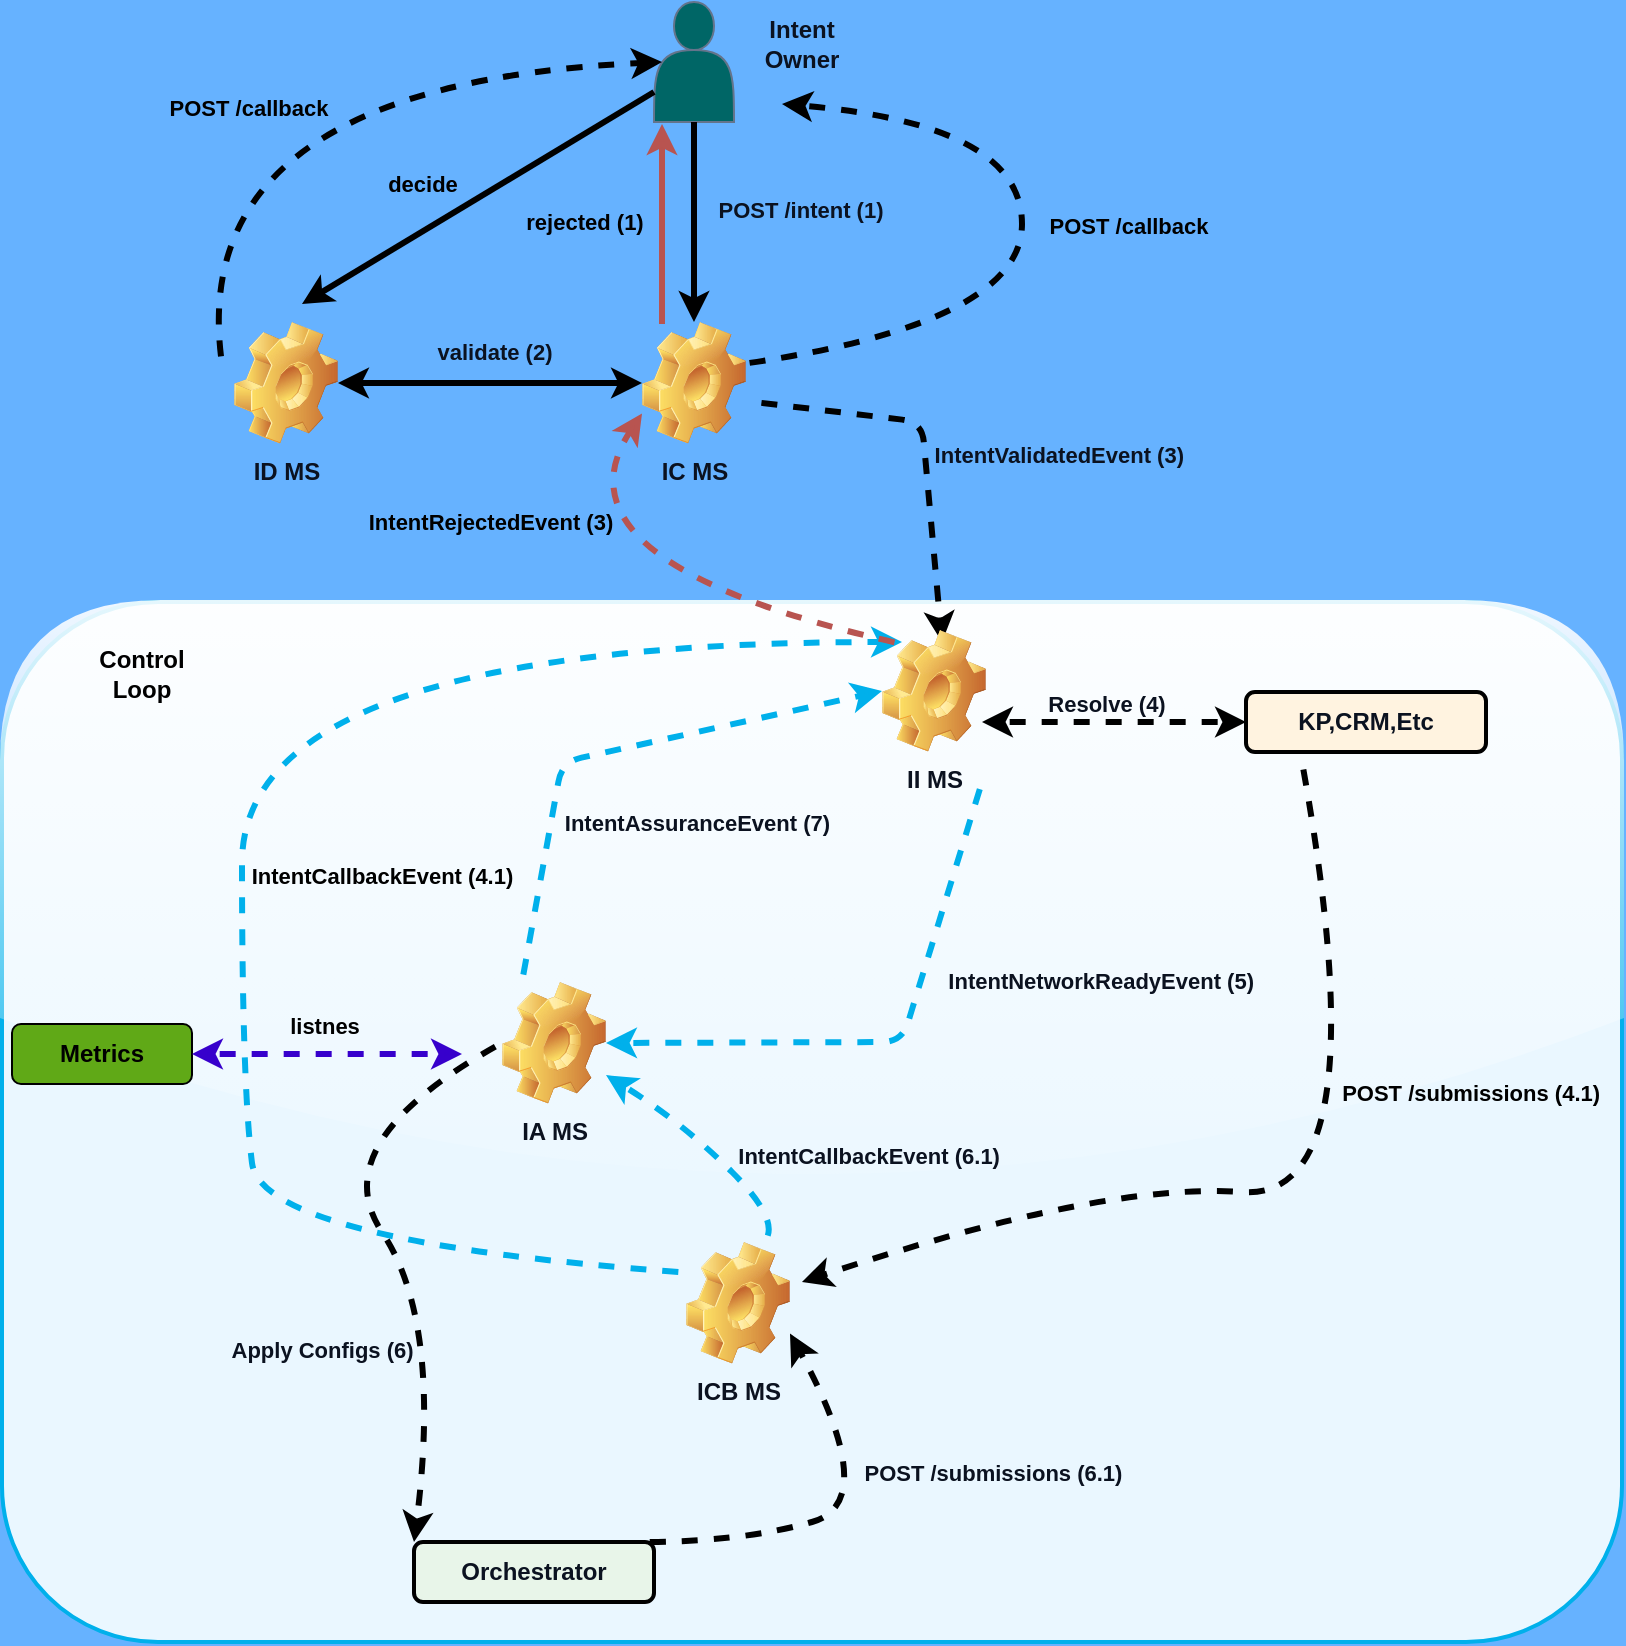
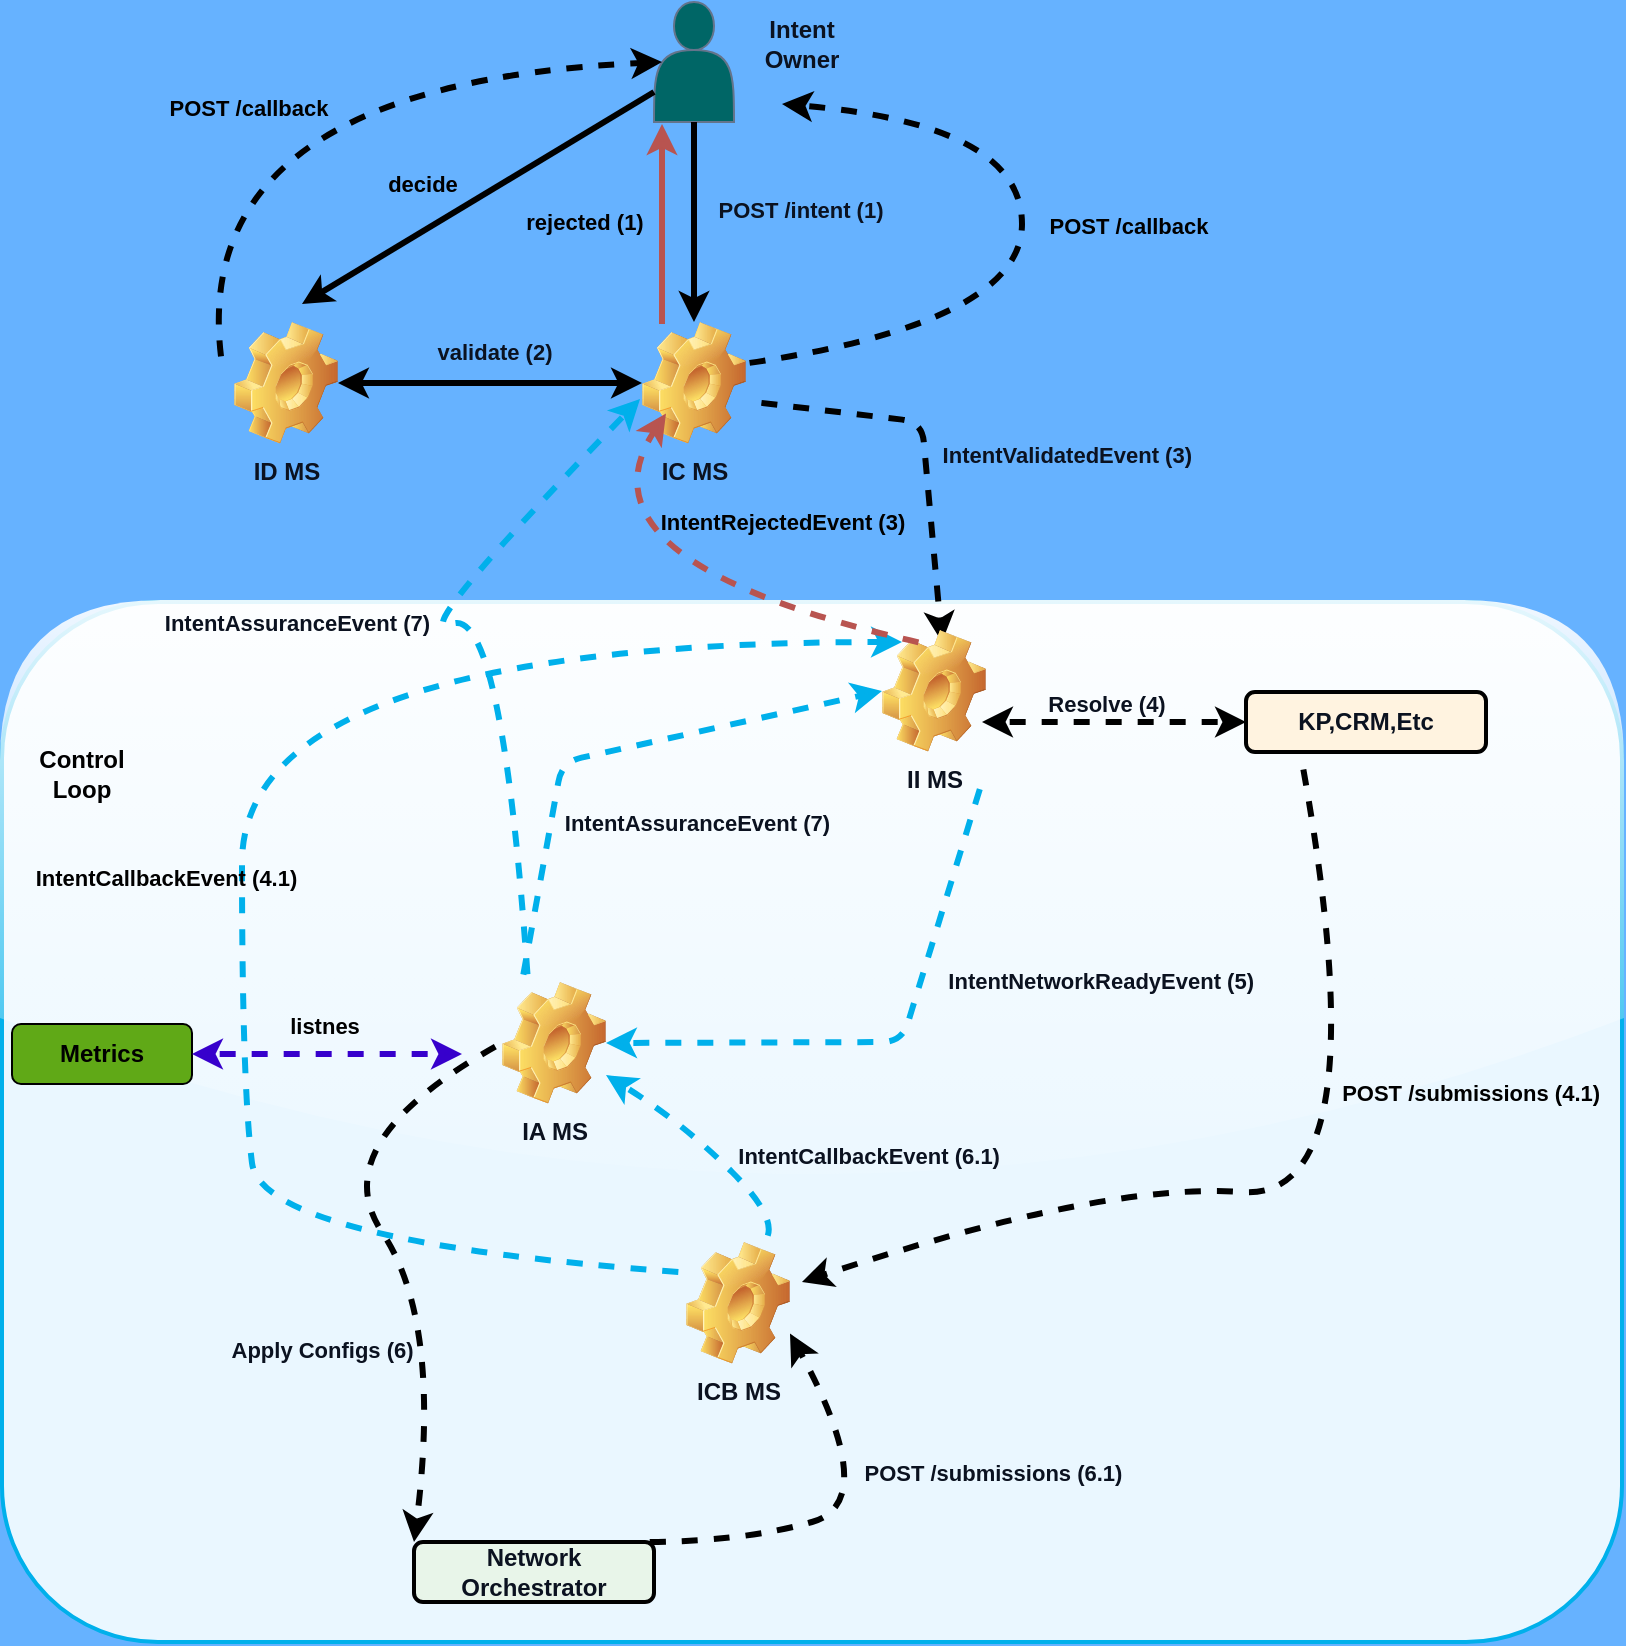
<mxfile host="65bd71144e">
    <diagram id="hkdiFI0e61aXNWWX01rr" name="Page-1">
        <mxGraphModel dx="678" dy="638" grid="1" gridSize="10" guides="1" tooltips="1" connect="1" arrows="1" fold="1" page="1" pageScale="1" pageWidth="827" pageHeight="1169" background="#66B2FF" math="0" shadow="0">
            <root>
                <mxCell id="0"/>
                <mxCell id="1" parent="0"/>
                <mxCell id="44" value="" style="rounded=1;whiteSpace=wrap;html=1;strokeWidth=2;glass=1;shadow=0;fillStyle=auto;fillColor=#EAF7FF;fontColor=#0B1220;strokeColor=#00B0EB;" parent="1" vertex="1">
                    <mxGeometry x="10" y="449" width="810" height="520" as="geometry"/>
                </mxCell>
                <mxCell id="2" value="IA MS" style="shape=image;html=1;verticalLabelPosition=bottom;verticalAlign=top;imageAspect=1;aspect=fixed;image=img/clipart/Gear_128x128.png;container=0;fontStyle=1;fillColor=#E6F7FF;strokeColor=#00B0EB;fontColor=#0B1220;strokeWidth=2;shadow=0;" parent="1" vertex="1">
                    <mxGeometry x="260" y="639" width="52" height="61" as="geometry"/>
                </mxCell>
                <mxCell id="7" value="" style="endArrow=classic;html=1;shadow=0;flowAnimation=1;strokeWidth=3;strokeColor=#00B0EB;entryX=0;entryY=0.5;entryDx=0;entryDy=0;jumpStyle=arc;fontColor=#0B1220;" parent="1" target="28" edge="1">
                    <mxGeometry width="50" height="50" relative="1" as="geometry">
                        <mxPoint x="270" y="639" as="sourcePoint"/>
                        <mxPoint x="430" y="489" as="targetPoint"/>
                        <Array as="points">
                            <mxPoint x="290" y="529"/>
                        </Array>
                    </mxGeometry>
                </mxCell>
                <mxCell id="9" value="IntentNetworkReadyEvent (5)" style="edgeLabel;align=center;verticalAlign=middle;resizable=0;points=[];container=0;fontColor=#0B1220;labelBackgroundColor=none;fontStyle=1;fillColor=#E8F5E9;strokeColor=#2E7D32;strokeWidth=2;shadow=0;" parent="7" vertex="1" connectable="0">
                    <mxGeometry x="0.0249" y="3" relative="1" as="geometry">
                        <mxPoint x="241" y="118" as="offset"/>
                    </mxGeometry>
                </mxCell>
                <mxCell id="8" value="" style="endArrow=classic;html=1;entryX=1;entryY=0.5;entryDx=0;entryDy=0;exitX=1;exitY=1;exitDx=0;exitDy=0;flowAnimation=1;jumpStyle=arc;strokeWidth=3;strokeColor=#00B0EB;fontColor=#0B1220;" parent="1" target="2" edge="1">
                    <mxGeometry width="50" height="50" relative="1" as="geometry">
                        <mxPoint x="500" y="539" as="sourcePoint"/>
                        <mxPoint x="470" y="719" as="targetPoint"/>
                        <Array as="points">
                            <mxPoint x="460" y="669"/>
                        </Array>
                    </mxGeometry>
                </mxCell>
                <mxCell id="10" value="IntentAssuranceEvent (7)" style="edgeLabel;align=center;verticalAlign=middle;resizable=0;points=[];container=0;labelBackgroundColor=none;fontStyle=1;fillColor=#FFEBEE;strokeColor=#C62828;fontColor=#0B1220;strokeWidth=2;shadow=0;" parent="8" vertex="1" connectable="0">
                    <mxGeometry x="-0.196" relative="1" as="geometry">
                        <mxPoint x="-109" y="-89" as="offset"/>
                    </mxGeometry>
                </mxCell>
                <mxCell id="12" value="IC MS" style="shape=image;html=1;verticalLabelPosition=bottom;verticalAlign=top;imageAspect=1;aspect=fixed;image=img/clipart/Gear_128x128.png;fontStyle=1;fillColor=#E6F7FF;strokeColor=#00B0EB;fontColor=#0B1220;strokeWidth=2;shadow=0;" parent="1" vertex="1">
                    <mxGeometry x="330" y="309" width="52" height="61" as="geometry"/>
                </mxCell>
                <mxCell id="13" value="" style="shape=actor;whiteSpace=wrap;html=1;fillColor=#006666;strokeColor=#64748B;fontColor=#0B1220;shadow=0;" parent="1" vertex="1">
                    <mxGeometry x="336" y="149" width="40" height="60" as="geometry"/>
                </mxCell>
                <mxCell id="14" value="" style="endArrow=classic;html=1;exitX=0.5;exitY=1;exitDx=0;exitDy=0;strokeWidth=3;flowAnimation=0;strokeColor=default;fontColor=#0B1220;" parent="1" source="13" target="12" edge="1">
                    <mxGeometry width="50" height="50" relative="1" as="geometry">
                        <mxPoint x="430" y="379" as="sourcePoint"/>
                        <mxPoint x="480" y="329" as="targetPoint"/>
                    </mxGeometry>
                </mxCell>
                <mxCell id="17" value="POST /intent (1)" style="edgeLabel;html=1;align=center;verticalAlign=middle;resizable=0;points=[];fontColor=#0B1220;fontStyle=1;labelBackgroundColor=none;strokeColor=#64748B;shadow=0;" parent="14" vertex="1" connectable="0">
                    <mxGeometry x="-0.13" relative="1" as="geometry">
                        <mxPoint x="53" as="offset"/>
                    </mxGeometry>
                </mxCell>
                <mxCell id="15" value="ICB MS" style="shape=image;html=1;verticalLabelPosition=bottom;verticalAlign=top;imageAspect=1;aspect=fixed;image=img/clipart/Gear_128x128.png;fontStyle=1;fillColor=#FFF3E0;strokeColor=#F57C00;fontColor=#0B1220;strokeWidth=2;shadow=0;" parent="1" vertex="1">
                    <mxGeometry x="352" y="769" width="52" height="61" as="geometry"/>
                </mxCell>
                <mxCell id="16" value="" style="endArrow=classic;html=1;exitX=0.5;exitY=1;exitDx=0;exitDy=0;strokeWidth=3;flowAnimation=1;jumpStyle=arc;strokeColor=default;fontColor=#0B1220;" parent="1" edge="1">
                    <mxGeometry width="50" height="50" relative="1" as="geometry">
                        <mxPoint x="386" y="349" as="sourcePoint"/>
                        <mxPoint x="480" y="469" as="targetPoint"/>
                        <Array as="points">
                            <mxPoint x="470" y="359"/>
                        </Array>
                    </mxGeometry>
                </mxCell>
                <mxCell id="18" value="IntentValidatedEvent (3)" style="edgeLabel;align=center;verticalAlign=middle;resizable=0;points=[];fontColor=#0B1220;fontStyle=1;labelBackgroundColor=none;strokeColor=#64748B;shadow=0;" parent="16" vertex="1" connectable="0">
                    <mxGeometry x="0.0229" y="-3" relative="1" as="geometry">
-                         <mxPoint x="70" as="offset"/>
-                     </mxGeometry>
-                 </mxCell>
-                 <mxCell id="21" value="Orchestrator" style="rounded=1;whiteSpace=wrap;html=1;fillColor=#E8F5E9;fontColor=#0B1220;strokeColor=default;fontStyle=1;strokeWidth=2;shadow=0;" parent="1" vertex="1">
+                         <mxPoint x="74" as="offset"/>
+                     </mxGeometry>
+                 </mxCell>
+                 <mxCell id="21" value="Network Orchestrator" style="rounded=1;whiteSpace=wrap;html=1;fillColor=#E8F5E9;fontColor=#0B1220;strokeColor=default;fontStyle=1;strokeWidth=2;shadow=0;" parent="1" vertex="1">
                    <mxGeometry x="216" y="919" width="120" height="30" as="geometry"/>
                </mxCell>
                <mxCell id="22" value="Intent Owner" style="text;html=1;align=center;verticalAlign=middle;whiteSpace=wrap;rounded=0;fontStyle=1;fillColor=none;strokeColor=none;fontColor=#0B1220;strokeWidth=2;shadow=0;" parent="1" vertex="1">
                    <mxGeometry x="380" y="155" width="60" height="30" as="geometry"/>
                </mxCell>
                <mxCell id="23" value="KP,CRM,Etc" style="rounded=1;whiteSpace=wrap;html=1;fillColor=#FFF3E0;fontColor=#0B1220;strokeColor=default;fontStyle=1;strokeWidth=2;shadow=0;" parent="1" vertex="1">
                    <mxGeometry x="632" y="494" width="120" height="30" as="geometry"/>
                </mxCell>
                <mxCell id="25" value="" style="endArrow=classic;startArrow=classic;html=1;exitX=1;exitY=0.5;exitDx=0;exitDy=0;entryX=0;entryY=0.5;entryDx=0;entryDy=0;endSize=6;strokeWidth=3;flowAnimation=1;strokeColor=default;fontColor=#0B1220;" parent="1" target="23" edge="1">
                    <mxGeometry width="50" height="50" relative="1" as="geometry">
                        <mxPoint x="500" y="509" as="sourcePoint"/>
                        <mxPoint x="590" y="519" as="targetPoint"/>
                    </mxGeometry>
                </mxCell>
                <mxCell id="34" value="Resolve (4)" style="edgeLabel;html=1;align=center;verticalAlign=middle;resizable=0;points=[];fontStyle=1;labelBackgroundColor=none;strokeColor=#64748B;fontColor=#0B1220;shadow=0;" parent="25" vertex="1" connectable="0">
                    <mxGeometry x="-0.0667" relative="1" as="geometry">
                        <mxPoint y="-9" as="offset"/>
                    </mxGeometry>
                </mxCell>
                <mxCell id="28" value="II MS" style="shape=image;html=1;verticalLabelPosition=bottom;verticalAlign=top;imageAspect=1;aspect=fixed;image=img/clipart/Gear_128x128.png;fontStyle=1;fillColor=#E6F7FF;strokeColor=#00B0EB;fontColor=#0B1220;strokeWidth=2;shadow=0;enumerate=0;treeMoving=0;" parent="1" vertex="1">
                    <mxGeometry x="450" y="463" width="52" height="61" as="geometry"/>
                </mxCell>
                <mxCell id="29" value="ID MS" style="shape=image;html=1;verticalLabelPosition=bottom;verticalAlign=top;imageAspect=1;aspect=fixed;image=img/clipart/Gear_128x128.png;fontStyle=1;fillColor=#E6F7FF;strokeColor=#00B0EB;fontColor=#0B1220;strokeWidth=2;shadow=0;" parent="1" vertex="1">
                    <mxGeometry x="126" y="309" width="52" height="61" as="geometry"/>
                </mxCell>
                <mxCell id="30" value="" style="endArrow=classic;startArrow=classic;html=1;exitX=1;exitY=0.5;exitDx=0;exitDy=0;entryX=0;entryY=0.5;entryDx=0;entryDy=0;strokeWidth=3;flowAnimation=0;strokeColor=default;fontColor=#0B1220;" parent="1" source="29" target="12" edge="1">
                    <mxGeometry width="50" height="50" relative="1" as="geometry">
                        <mxPoint x="280" y="469" as="sourcePoint"/>
                        <mxPoint x="330" y="419" as="targetPoint"/>
                    </mxGeometry>
                </mxCell>
                <mxCell id="31" value="validate (2)" style="edgeLabel;html=1;align=center;verticalAlign=middle;resizable=0;points=[];fontStyle=1;labelBackgroundColor=none;strokeColor=#64748B;fontColor=#0B1220;shadow=0;" parent="30" vertex="1" connectable="0">
                    <mxGeometry y="2" relative="1" as="geometry">
                        <mxPoint x="2" y="-14" as="offset"/>
                    </mxGeometry>
                </mxCell>
                <mxCell id="32" value="" style="curved=1;endArrow=classic;html=1;strokeWidth=3;flowAnimation=1;fillColor=#0050ef;strokeColor=default;fontColor=#0B1220;" parent="1" edge="1">
                    <mxGeometry width="50" height="50" relative="1" as="geometry">
                        <mxPoint x="660" y="529" as="sourcePoint"/>
                        <mxPoint x="410" y="789" as="targetPoint"/>
                        <Array as="points">
                            <mxPoint x="700" y="749"/>
                            <mxPoint x="560" y="739"/>
                        </Array>
                    </mxGeometry>
                </mxCell>
                <mxCell id="33" value="" style="curved=1;endArrow=classic;html=1;exitX=0;exitY=0.25;exitDx=0;exitDy=0;strokeWidth=3;flowAnimation=1;fillColor=#0050ef;strokeColor=#00B0EB;fontColor=#0B1220;" parent="1" source="15" edge="1">
                    <mxGeometry width="50" height="50" relative="1" as="geometry">
                        <mxPoint x="90" y="769" as="sourcePoint"/>
                        <mxPoint x="460" y="469" as="targetPoint"/>
                        <Array as="points">
                            <mxPoint x="140" y="769"/>
                            <mxPoint x="130" y="690"/>
                            <mxPoint x="130" y="469"/>
                        </Array>
                    </mxGeometry>
                </mxCell>
                <mxCell id="36" value="" style="curved=1;endArrow=classic;html=1;exitX=0;exitY=0.5;exitDx=0;exitDy=0;entryX=0;entryY=0;entryDx=0;entryDy=0;strokeWidth=3;fillColor=#e3c800;strokeColor=default;flowAnimation=1;fontColor=#0B1220;" parent="1" source="2" target="21" edge="1">
                    <mxGeometry width="50" height="50" relative="1" as="geometry">
                        <mxPoint x="230" y="859" as="sourcePoint"/>
                        <mxPoint x="280" y="809" as="targetPoint"/>
                        <Array as="points">
                            <mxPoint x="170" y="719"/>
                            <mxPoint x="230" y="809"/>
                        </Array>
                    </mxGeometry>
                </mxCell>
                <mxCell id="37" value="Apply Configs (6)" style="edgeLabel;align=center;verticalAlign=middle;resizable=0;points=[];labelBackgroundColor=none;fontColor=#0B1220;fontStyle=1;strokeColor=#64748B;shadow=0;" parent="36" vertex="1" connectable="0">
                    <mxGeometry x="0.2297" y="-7" relative="1" as="geometry">
                        <mxPoint x="-47" y="20" as="offset"/>
                    </mxGeometry>
                </mxCell>
                <mxCell id="38" value="" style="curved=1;endArrow=classic;html=1;entryX=1;entryY=0.75;entryDx=0;entryDy=0;fillColor=#e3c800;strokeColor=default;strokeWidth=3;flowAnimation=1;fontColor=#0B1220;" parent="1" target="15" edge="1">
                    <mxGeometry width="50" height="50" relative="1" as="geometry">
                        <mxPoint x="330" y="919" as="sourcePoint"/>
                        <mxPoint x="380" y="869" as="targetPoint"/>
                        <Array as="points">
                            <mxPoint x="380" y="919"/>
                            <mxPoint x="450" y="899"/>
                        </Array>
                    </mxGeometry>
                </mxCell>
                <mxCell id="39" value="POST /submissions (6.1)" style="edgeLabel;align=center;verticalAlign=middle;resizable=0;points=[];fontStyle=1;labelBackgroundColor=none;fontColor=#0B1220;strokeColor=#64748B;shadow=0;" parent="38" vertex="1" connectable="0">
                    <mxGeometry x="0.3261" y="9" relative="1" as="geometry">
                        <mxPoint x="74" as="offset"/>
                    </mxGeometry>
                </mxCell>
                <mxCell id="40" value="" style="curved=1;endArrow=classic;html=1;exitX=0.75;exitY=0;exitDx=0;exitDy=0;fillColor=#e3c800;strokeColor=#00B0EB;strokeWidth=3;flowAnimation=1;fontColor=#0B1220;" parent="1" source="15" target="2" edge="1">
                    <mxGeometry width="50" height="50" relative="1" as="geometry">
                        <mxPoint x="350" y="759" as="sourcePoint"/>
                        <mxPoint x="400" y="709" as="targetPoint"/>
                        <Array as="points">
                            <mxPoint x="400" y="759"/>
                            <mxPoint x="350" y="709"/>
                        </Array>
                    </mxGeometry>
                </mxCell>
                <mxCell id="41" value="IntentCallbackEvent (6.1)" style="edgeLabel;align=center;verticalAlign=middle;resizable=0;points=[];fontStyle=1;labelBackgroundColor=none;fontColor=#0B1220;strokeColor=#64748B;shadow=0;" parent="40" vertex="1" connectable="0">
                    <mxGeometry x="-0.0281" relative="1" as="geometry">
                        <mxPoint x="78" y="1" as="offset"/>
                    </mxGeometry>
                </mxCell>
                <mxCell id="46" value="" style="endArrow=classic;html=1;exitX=0;exitY=0.75;exitDx=0;exitDy=0;strokeWidth=3;" parent="1" source="13" edge="1">
                    <mxGeometry width="50" height="50" relative="1" as="geometry">
                        <mxPoint x="170" y="220" as="sourcePoint"/>
                        <mxPoint x="160" y="300" as="targetPoint"/>
                    </mxGeometry>
                </mxCell>
                <mxCell id="47" value="decide" style="edgeLabel;html=1;align=center;verticalAlign=middle;resizable=0;points=[];labelBackgroundColor=none;fontStyle=1" parent="46" vertex="1" connectable="0">
                    <mxGeometry x="-0.0222" y="1" relative="1" as="geometry">
                        <mxPoint x="-31" y="-7" as="offset"/>
                    </mxGeometry>
                </mxCell>
                <mxCell id="48" value="Metrics" style="rounded=1;whiteSpace=wrap;html=1;fillColor=#60a917;fontColor=default;strokeColor=default;fontStyle=1" parent="1" vertex="1">
                    <mxGeometry x="15" y="660" width="90" height="30" as="geometry"/>
                </mxCell>
                <mxCell id="49" value="" style="endArrow=classic;startArrow=classic;html=1;exitX=1;exitY=0.5;exitDx=0;exitDy=0;strokeWidth=3;flowAnimation=1;strokeColor=#3700CC;jumpStyle=arc;fillColor=#6a00ff;" parent="1" source="48" edge="1">
                    <mxGeometry width="50" height="50" relative="1" as="geometry">
                        <mxPoint x="150" y="720" as="sourcePoint"/>
                        <mxPoint x="240" y="675" as="targetPoint"/>
                    </mxGeometry>
                </mxCell>
                <mxCell id="55" value="listnes" style="edgeLabel;html=1;align=center;verticalAlign=middle;resizable=0;points=[];labelBackgroundColor=none;fontStyle=1" parent="49" vertex="1" connectable="0">
                    <mxGeometry x="-0.0462" y="4" relative="1" as="geometry">
                        <mxPoint x="1" y="-10" as="offset"/>
                    </mxGeometry>
                </mxCell>
                <mxCell id="50" value="IntentCallbackEvent (4.1)" style="edgeLabel;align=center;verticalAlign=middle;resizable=0;points=[];fontStyle=1;labelBackgroundColor=none;fontColor=default;" parent="1" vertex="1" connectable="0">
-                     <mxGeometry x="200.0011238408634" y="585.0011238408631" as="geometry"/>
+                     <mxGeometry x="220.0011238408634" y="585.0011238408631" as="geometry">
+                         <mxPoint x="-128" y="1" as="offset"/>
+                     </mxGeometry>
                </mxCell>
                <mxCell id="51" value="POST /submissions (4.1)" style="edgeLabel;align=center;verticalAlign=middle;resizable=0;points=[];fontStyle=1;labelBackgroundColor=none;fontColor=default;" parent="1" vertex="1" connectable="0">
                    <mxGeometry x="744.3029013611379" y="693.5364916215115" as="geometry"/>
                </mxCell>
                <mxCell id="54" value="Control Loop" style="text;html=1;align=center;verticalAlign=middle;whiteSpace=wrap;rounded=0;fontStyle=1" parent="1" vertex="1">
-                     <mxGeometry x="50" y="470" width="60" height="30" as="geometry"/>
+                     <mxGeometry x="20" y="520" width="60" height="30" as="geometry"/>
                </mxCell>
                <mxCell id="56" value="" style="endArrow=classic;html=1;rounded=0;jumpStyle=arc;curved=1;strokeWidth=3;shadow=0;flowAnimation=1;" parent="1" edge="1">
                    <mxGeometry width="50" height="50" relative="1" as="geometry">
                        <mxPoint x="380" y="330" as="sourcePoint"/>
                        <mxPoint x="400" y="200" as="targetPoint"/>
                        <Array as="points">
                            <mxPoint x="520" y="310"/>
                            <mxPoint x="520" y="210"/>
                        </Array>
                    </mxGeometry>
                </mxCell>
                <mxCell id="57" value="POST /callback" style="edgeLabel;html=1;align=center;verticalAlign=middle;resizable=0;points=[];labelBackgroundColor=none;fontStyle=1" parent="56" vertex="1" connectable="0">
                    <mxGeometry x="0.0525" y="1" relative="1" as="geometry">
                        <mxPoint x="54" as="offset"/>
                    </mxGeometry>
                </mxCell>
                <mxCell id="58" value="" style="endArrow=classic;html=1;rounded=0;entryX=0.1;entryY=0.5;entryDx=0;entryDy=0;entryPerimeter=0;curved=1;strokeWidth=3;flowAnimation=1;" parent="1" target="13" edge="1">
                    <mxGeometry width="50" height="50" relative="1" as="geometry">
                        <mxPoint x="120" y="330" as="sourcePoint"/>
                        <mxPoint x="130" y="210" as="targetPoint"/>
                        <Array as="points">
                            <mxPoint x="100" y="190"/>
                        </Array>
                    </mxGeometry>
                </mxCell>
                <mxCell id="59" value="POST /callback" style="edgeLabel;html=1;align=center;verticalAlign=middle;resizable=0;points=[];labelBackgroundColor=none;fontStyle=1" parent="1" vertex="1" connectable="0">
                    <mxGeometry x="133" y="201.4213562373095" as="geometry"/>
                </mxCell>
                <mxCell id="60" value="" style="endArrow=classic;html=1;rounded=0;strokeWidth=3;fillColor=#f8cecc;strokeColor=#b85450;" parent="1" edge="1">
                    <mxGeometry width="50" height="50" relative="1" as="geometry">
                        <mxPoint x="340" y="310" as="sourcePoint"/>
                        <mxPoint x="340" y="210" as="targetPoint"/>
                    </mxGeometry>
                </mxCell>
                <mxCell id="61" value="rejected (1)" style="edgeLabel;html=1;align=center;verticalAlign=middle;resizable=0;points=[];labelBackgroundColor=none;fontStyle=1" parent="60" vertex="1" connectable="0">
                    <mxGeometry x="0.0312" y="1" relative="1" as="geometry">
                        <mxPoint x="-38" as="offset"/>
                    </mxGeometry>
                </mxCell>
-                 <mxCell id="62" value="" style="endArrow=classic;html=1;rounded=0;entryX=0;entryY=0.75;entryDx=0;entryDy=0;strokeWidth=3;fillColor=#f8cecc;strokeColor=#b85450;flowAnimation=1;jumpStyle=arc;curved=1;" parent="1" target="12" edge="1">
-                     <mxGeometry width="50" height="50" relative="1" as="geometry">
-                         <mxPoint x="460" y="470" as="sourcePoint"/>
-                         <mxPoint x="650" y="380" as="targetPoint"/>
-                         <Array as="points">
-                             <mxPoint x="280" y="430"/>
+                 <mxCell id="62" value="" style="endArrow=classic;html=1;rounded=0;entryX=0;entryY=0.75;entryDx=0;entryDy=0;strokeWidth=3;fillColor=#f8cecc;strokeColor=#b85450;flowAnimation=1;jumpStyle=arc;curved=1;" parent="1" edge="1">
+                     <mxGeometry width="50" height="50" relative="1" as="geometry">
+                         <mxPoint x="472" y="470" as="sourcePoint"/>
+                         <mxPoint x="342" y="354.75" as="targetPoint"/>
+                         <Array as="points">
+                             <mxPoint x="292" y="430"/>
                        </Array>
                    </mxGeometry>
                </mxCell>
                <mxCell id="63" value="IntentRejectedEvent (3)" style="edgeLabel;html=1;align=center;verticalAlign=middle;resizable=0;points=[];labelBackgroundColor=none;fontStyle=1" parent="62" vertex="1" connectable="0">
                    <mxGeometry x="0.6388" y="-23" relative="1" as="geometry">
-                         <mxPoint x="-68" as="offset"/>
-                     </mxGeometry>
+                         <mxPoint x="66" as="offset"/>
+                     </mxGeometry>
+                 </mxCell>
+                 <mxCell id="69" value="" style="curved=1;endArrow=classic;html=1;exitX=0.25;exitY=0;exitDx=0;exitDy=0;entryX=-0.019;entryY=0.631;entryDx=0;entryDy=0;entryPerimeter=0;strokeWidth=3;flowAnimation=1;strokeColor=#00B0EB;" parent="1" source="2" target="12" edge="1">
+                     <mxGeometry width="50" height="50" relative="1" as="geometry">
+                         <mxPoint x="210" y="520" as="sourcePoint"/>
+                         <mxPoint x="260" y="470" as="targetPoint"/>
+                         <Array as="points">
+                             <mxPoint x="260" y="450"/>
+                             <mxPoint x="210" y="470"/>
+                         </Array>
+                     </mxGeometry>
+                 </mxCell>
+                 <mxCell id="70" value="IntentAssuranceEvent (7)" style="edgeLabel;align=center;verticalAlign=middle;resizable=0;points=[];container=0;labelBackgroundColor=none;fontStyle=1;fillColor=#FFEBEE;strokeColor=#C62828;fontColor=#0B1220;strokeWidth=2;shadow=0;" parent="1" vertex="1" connectable="0">
+                     <mxGeometry x="157.4742132325223" y="458.9588069943022" as="geometry"/>
                </mxCell>
            </root>
        </mxGraphModel>
    </diagram>
</mxfile>